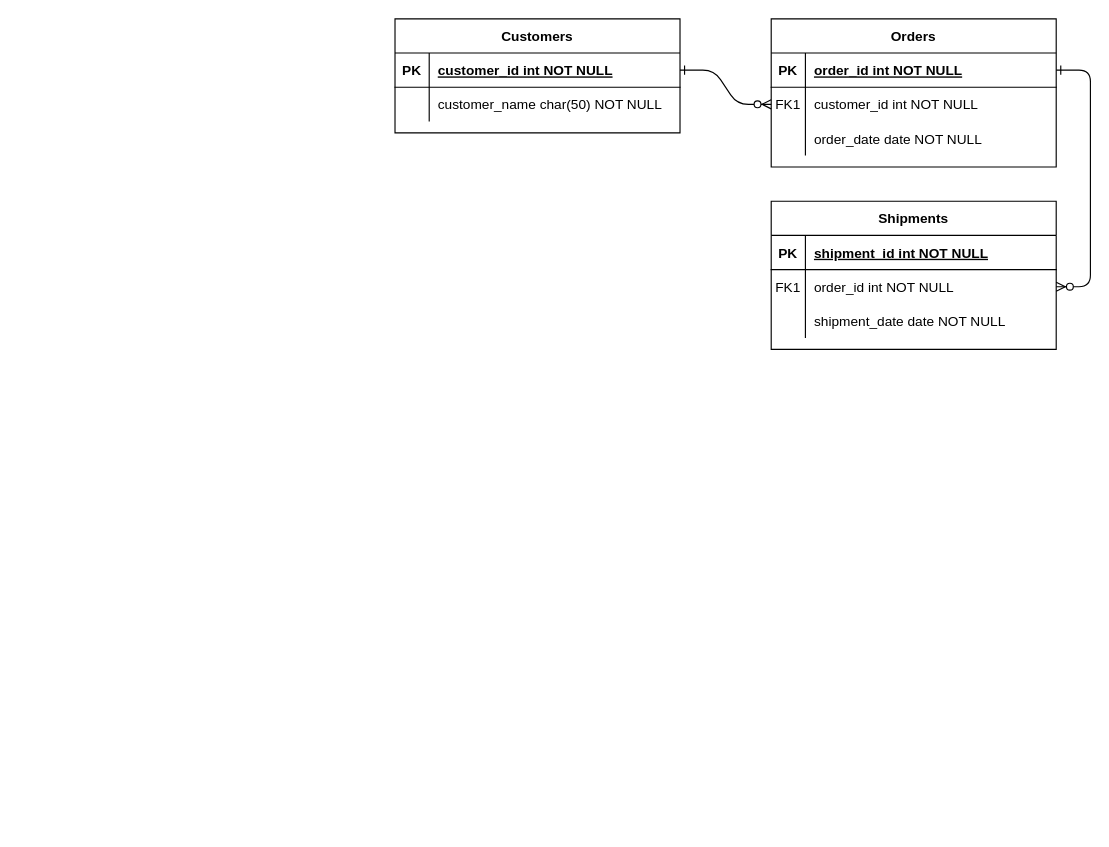
Above: 触达管理数据模型.drawio in shoacom/docs (draw.io), before the change. Source tidied: cells renumbered, new cells numbered last; positions are measured from the earlier drawing's top-left corner, leaving out a move shared by most shapes. Both pictures are drawn from the tidied source at 114%, with x=0, y=0 at pixel (394, 18).
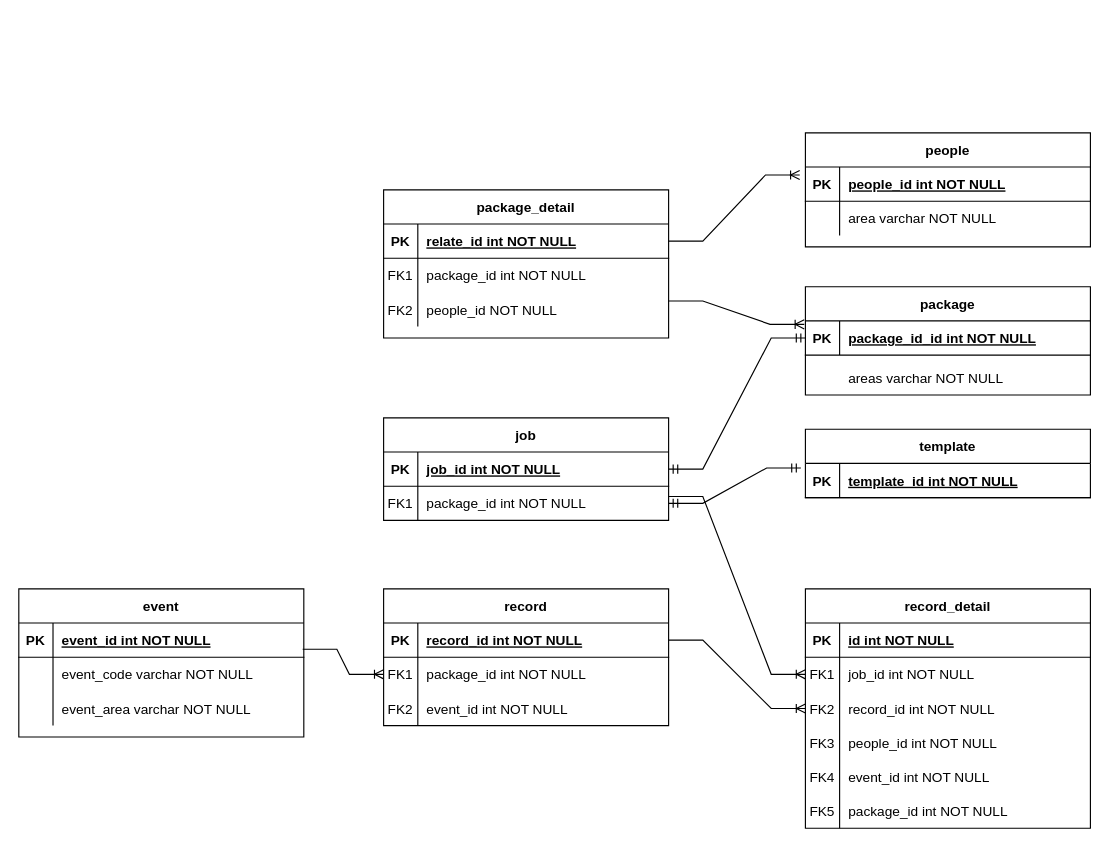
Above is the later version.

Commit message:
Update 触达管理数据模型.drawio

Unchanged cells that the change refers to:
```xml
<mxCell id="5" style="shape=partialRectangle;fillColor=none;points=[[0,0.5],[1,0.5]];portConstraint=eastwest;top=0;left=0;right=0;bottom=1;" parent="4" vertex="1">
  <mxGeometry y="30" width="250" height="30" as="geometry" />
</mxCell>
<mxCell id="15" style="shape=partialRectangle;fillColor=none;points=[[0,0.5],[1,0.5]];portConstraint=eastwest;top=0;left=0;right=0;bottom=1;" parent="14" vertex="1">
  <mxGeometry y="30" width="250" height="30" as="geometry" />
</mxCell>
<mxCell id="18" style="shape=partialRectangle;fillColor=none;points=[[0,0.5],[1,0.5]];portConstraint=eastwest;top=0;left=0;right=0;bottom=0;" parent="14" vertex="1">
  <mxGeometry y="60" width="250" height="30" as="geometry" />
</mxCell>
<mxCell id="21" style="shape=partialRectangle;fillColor=none;top=0;left=0;right=0;bottom=0;" parent="14" vertex="1">
  <mxGeometry y="90" width="250" height="30" as="geometry" />
</mxCell>
<mxCell id="25" style="shape=partialRectangle;fillColor=none;points=[[0,0.5],[1,0.5]];portConstraint=eastwest;top=0;left=0;right=0;bottom=1;" parent="24" vertex="1">
  <mxGeometry y="30" width="250" height="30" as="geometry" />
</mxCell>
<mxCell id="28" style="shape=partialRectangle;fillColor=none;top=0;left=0;right=0;bottom=0;" parent="24" vertex="1">
  <mxGeometry y="60" width="250" height="30" as="geometry" />
</mxCell>
```

The edit, as a diff of the source:
```diff
@@
-    <mxCell id="2" style="edgeStyle=entityRelationEdgeStyle;endArrow=ERzeroToMany;startArrow=ERone;endFill=1;startFill=0;" parent="1" edge="1" source="25" target="8">
-      <mxGeometry relative="1" as="geometry" />
-    </mxCell>
-    <mxCell id="3" style="edgeStyle=entityRelationEdgeStyle;endArrow=ERzeroToMany;startArrow=ERone;endFill=1;startFill=0;" parent="1" edge="1" source="5" target="18">
-      <mxGeometry relative="1" as="geometry" />
-    </mxCell>
-    <mxCell id="4" value="Orders" style="shape=table;startSize=30;childLayout=tableLayout;rowLines=0;fontStyle=1;align=center;" parent="1" vertex="1">
-      <mxGeometry x="330" width="250" height="130" as="geometry" />
+    <mxCell id="4" value="package" style="shape=table;startSize=30;childLayout=tableLayout;rowLines=0;fontStyle=1;align=center;" parent="1" vertex="1">
+      <mxGeometry x="360" y="235" width="250" height="95" as="geometry" />
     </mxCell>
@@
-    <mxCell id="7" value="order_id int NOT NULL " style="shape=partialRectangle;overflow=hidden;fillColor=none;top=0;left=0;bottom=0;right=0;align=left;spacingLeft=6;fontStyle=5;" parent="5" vertex="1">
+    <mxCell id="7" value="package_id_id int NOT NULL " style="shape=partialRectangle;overflow=hidden;fillColor=none;top=0;left=0;bottom=0;right=0;align=left;spacingLeft=6;fontStyle=5;" parent="5" vertex="1">
       <mxGeometry x="30" width="220" height="30" as="geometry" />
     </mxCell>
-    <mxCell id="8" style="shape=partialRectangle;fillColor=none;points=[[0,0.5],[1,0.5]];portConstraint=eastwest;top=0;left=0;right=0;bottom=0;" parent="4" vertex="1">
-      <mxGeometry y="60" width="250" height="30" as="geometry" />
-    </mxCell>
-    <mxCell id="9" value="FK1" style="shape=partialRectangle;overflow=hidden;fillColor=none;top=0;left=0;bottom=0;right=0;" parent="8" vertex="1">
-      <mxGeometry width="30" height="30" as="geometry" />
-    </mxCell>
-    <mxCell id="10" value="customer_id int NOT NULL" style="shape=partialRectangle;overflow=hidden;fillColor=none;top=0;left=0;bottom=0;right=0;align=left;spacingLeft=6;" parent="8" vertex="1">
-      <mxGeometry x="30" width="220" height="30" as="geometry" />
-    </mxCell>
-    <mxCell id="11" style="shape=partialRectangle;fillColor=none;top=0;left=0;right=0;bottom=0;" parent="4" vertex="1">
-      <mxGeometry y="90" width="250" height="30" as="geometry" />
-    </mxCell>
-    <mxCell id="12" style="shape=partialRectangle;overflow=hidden;fillColor=none;top=0;left=0;bottom=0;right=0;" parent="11" vertex="1">
-      <mxGeometry width="30" height="30" as="geometry" />
-    </mxCell>
-    <mxCell id="13" value="order_date date NOT NULL" style="shape=partialRectangle;overflow=hidden;fillColor=none;top=0;left=0;bottom=0;right=0;align=left;spacingLeft=6;" parent="11" vertex="1">
-      <mxGeometry x="30" width="220" height="30" as="geometry" />
-    </mxCell>
-    <mxCell id="14" value="Shipments" style="shape=table;startSize=30;childLayout=tableLayout;rowLines=0;fontStyle=1;align=center;" parent="1" vertex="1">
-      <mxGeometry x="330" y="160" width="250" height="130" as="geometry" />
+    <mxCell id="14" value="package_detail" style="shape=table;startSize=30;childLayout=tableLayout;rowLines=0;fontStyle=1;align=center;" parent="1" vertex="1">
+      <mxGeometry x="-10" y="150" width="250" height="130" as="geometry" />
     </mxCell>
@@
-    <mxCell id="17" value="shipment_id int NOT NULL " style="shape=partialRectangle;overflow=hidden;fillColor=none;top=0;left=0;bottom=0;right=0;align=left;spacingLeft=6;fontStyle=5;" parent="15" vertex="1">
+    <mxCell id="17" value="relate_id int NOT NULL " style="shape=partialRectangle;overflow=hidden;fillColor=none;top=0;left=0;bottom=0;right=0;align=left;spacingLeft=6;fontStyle=5;" parent="15" vertex="1">
       <mxGeometry x="30" width="220" height="30" as="geometry" />
     </mxCell>
@@
-    <mxCell id="20" value="order_id int NOT NULL" style="shape=partialRectangle;overflow=hidden;fillColor=none;top=0;left=0;bottom=0;right=0;align=left;spacingLeft=6;" parent="18" vertex="1">
+    <mxCell id="20" value="package_id int NOT NULL" style="shape=partialRectangle;overflow=hidden;fillColor=none;top=0;left=0;bottom=0;right=0;align=left;spacingLeft=6;" parent="18" vertex="1">
       <mxGeometry x="30" width="220" height="30" as="geometry" />
     </mxCell>
@@
-    <mxCell id="23" value="shipment_date date NOT NULL" style="shape=partialRectangle;overflow=hidden;fillColor=none;top=0;left=0;bottom=0;right=0;align=left;spacingLeft=6;" parent="21" vertex="1">
+    <mxCell id="23" value="people_id NOT NULL" style="shape=partialRectangle;overflow=hidden;fillColor=none;top=0;left=0;bottom=0;right=0;align=left;spacingLeft=6;" parent="21" vertex="1">
       <mxGeometry x="30" width="220" height="30" as="geometry" />
     </mxCell>
-    <mxCell id="24" value="Customers" style="shape=table;startSize=30;childLayout=tableLayout;rowLines=0;fontStyle=1;align=center;" parent="1" vertex="1">
-      <mxGeometry width="250" height="100" as="geometry" />
+    <mxCell id="24" value="people" style="shape=table;startSize=30;childLayout=tableLayout;rowLines=0;fontStyle=1;align=center;" parent="1" vertex="1">
+      <mxGeometry x="360" y="100" width="250" height="100" as="geometry" />
     </mxCell>
@@
-    <mxCell id="27" value="customer_id int NOT NULL " style="shape=partialRectangle;overflow=hidden;fillColor=none;top=0;left=0;bottom=0;right=0;align=left;spacingLeft=6;fontStyle=5;" parent="25" vertex="1">
+    <mxCell id="27" value="people_id int NOT NULL " style="shape=partialRectangle;overflow=hidden;fillColor=none;top=0;left=0;bottom=0;right=0;align=left;spacingLeft=6;fontStyle=5;" parent="25" vertex="1">
       <mxGeometry x="30" width="220" height="30" as="geometry" />
     </mxCell>
@@
-    <mxCell id="30" value="customer_name char(50) NOT NULL" style="shape=partialRectangle;overflow=hidden;fillColor=none;top=0;left=0;bottom=0;right=0;align=left;spacingLeft=6;" parent="28" vertex="1">
+    <mxCell id="30" value="area varchar NOT NULL" style="shape=partialRectangle;overflow=hidden;fillColor=none;top=0;left=0;bottom=0;right=0;align=left;spacingLeft=6;" parent="28" vertex="1">
       <mxGeometry x="30" width="220" height="30" as="geometry" />
     </mxCell>
+    <mxCell id="31" style="edgeStyle=entityRelationEdgeStyle;fontSize=12;html=1;endArrow=ERoneToMany;rounded=0;exitX=1;exitY=0.5;exitDx=0;exitDy=0;entryX=-0.02;entryY=0.233;entryDx=0;entryDy=0;entryPerimeter=0;" parent="1" edge="1" source="15" target="25">
+      <mxGeometry relative="1" as="geometry" />
+    </mxCell>
+    <mxCell id="32" style="edgeStyle=entityRelationEdgeStyle;fontSize=12;html=1;endArrow=ERoneToMany;rounded=0;exitX=1;exitY=0.75;exitDx=0;exitDy=0;entryX=-0.004;entryY=0.1;entryDx=0;entryDy=0;entryPerimeter=0;" parent="1" edge="1" source="14" target="5">
+      <mxGeometry relative="1" as="geometry" />
+    </mxCell>
+    <mxCell id="33" value="job" style="shape=table;startSize=30;childLayout=tableLayout;rowLines=0;fontStyle=1;align=center;" parent="1" vertex="1">
+      <mxGeometry x="-10" y="350" width="250" height="90" as="geometry" />
+    </mxCell>
+    <mxCell id="34" style="shape=partialRectangle;fillColor=none;points=[[0,0.5],[1,0.5]];portConstraint=eastwest;top=0;left=0;right=0;bottom=1;" parent="33" vertex="1">
+      <mxGeometry y="30" width="250" height="30" as="geometry" />
+    </mxCell>
+    <mxCell id="35" value="PK" style="shape=partialRectangle;overflow=hidden;fillColor=none;top=0;left=0;bottom=0;right=0;fontStyle=1;" parent="34" vertex="1">
+      <mxGeometry width="30" height="30" as="geometry" />
+    </mxCell>
+    <mxCell id="36" value="job_id int NOT NULL " style="shape=partialRectangle;overflow=hidden;fillColor=none;top=0;left=0;bottom=0;right=0;align=left;spacingLeft=6;fontStyle=5;" parent="34" vertex="1">
+      <mxGeometry x="30" width="220" height="30" as="geometry" />
+    </mxCell>
+    <mxCell id="37" style="shape=partialRectangle;fillColor=none;points=[[0,0.5],[1,0.5]];portConstraint=eastwest;top=0;left=0;right=0;bottom=0;" parent="33" vertex="1">
+      <mxGeometry y="60" width="250" height="30" as="geometry" />
+    </mxCell>
+    <mxCell id="38" value="FK1" style="shape=partialRectangle;overflow=hidden;fillColor=none;top=0;left=0;bottom=0;right=0;" parent="37" vertex="1">
+      <mxGeometry width="30" height="30" as="geometry" />
+    </mxCell>
+    <mxCell id="39" value="package_id int NOT NULL" style="shape=partialRectangle;overflow=hidden;fillColor=none;top=0;left=0;bottom=0;right=0;align=left;spacingLeft=6;" parent="37" vertex="1">
+      <mxGeometry x="30" width="220" height="30" as="geometry" />
+    </mxCell>
+    <mxCell id="40" value="FK2" style="shape=partialRectangle;overflow=hidden;fillColor=none;top=0;left=0;bottom=0;right=0;" parent="1" vertex="1">
+      <mxGeometry x="-10" y="240" width="30" height="30" as="geometry" />
+    </mxCell>
+    <mxCell id="41" value="template" style="shape=table;startSize=30;childLayout=tableLayout;rowLines=0;fontStyle=1;align=center;" parent="1" vertex="1">
+      <mxGeometry x="360" y="360" width="250" height="60" as="geometry" />
+    </mxCell>
+    <mxCell id="42" style="shape=partialRectangle;fillColor=none;points=[[0,0.5],[1,0.5]];portConstraint=eastwest;top=0;left=0;right=0;bottom=1;" parent="41" vertex="1">
+      <mxGeometry y="30" width="250" height="30" as="geometry" />
+    </mxCell>
+    <mxCell id="43" value="PK" style="shape=partialRectangle;overflow=hidden;fillColor=none;top=0;left=0;bottom=0;right=0;fontStyle=1;" parent="42" vertex="1">
+      <mxGeometry width="30" height="30" as="geometry" />
+    </mxCell>
+    <mxCell id="44" value="template_id int NOT NULL " style="shape=partialRectangle;overflow=hidden;fillColor=none;top=0;left=0;bottom=0;right=0;align=left;spacingLeft=6;fontStyle=5;" parent="42" vertex="1">
+      <mxGeometry x="30" width="220" height="30" as="geometry" />
+    </mxCell>
+    <mxCell id="45" value="event" style="shape=table;startSize=30;childLayout=tableLayout;rowLines=0;fontStyle=1;align=center;" parent="1" vertex="1">
+      <mxGeometry x="-330" y="500" width="250" height="130" as="geometry" />
+    </mxCell>
+    <mxCell id="46" style="shape=partialRectangle;fillColor=none;points=[[0,0.5],[1,0.5]];portConstraint=eastwest;top=0;left=0;right=0;bottom=1;" parent="45" vertex="1">
+      <mxGeometry y="30" width="250" height="30" as="geometry" />
+    </mxCell>
+    <mxCell id="47" value="PK" style="shape=partialRectangle;overflow=hidden;fillColor=none;top=0;left=0;bottom=0;right=0;fontStyle=1;" parent="46" vertex="1">
+      <mxGeometry width="30" height="30" as="geometry" />
+    </mxCell>
+    <mxCell id="48" value="event_id int NOT NULL " style="shape=partialRectangle;overflow=hidden;fillColor=none;top=0;left=0;bottom=0;right=0;align=left;spacingLeft=6;fontStyle=5;" parent="46" vertex="1">
+      <mxGeometry x="30" width="220" height="30" as="geometry" />
+    </mxCell>
+    <mxCell id="49" style="shape=partialRectangle;fillColor=none;top=0;left=0;right=0;bottom=0;" parent="45" vertex="1">
+      <mxGeometry y="60" width="250" height="30" as="geometry" />
+    </mxCell>
+    <mxCell id="50" style="shape=partialRectangle;overflow=hidden;fillColor=none;top=0;left=0;bottom=0;right=0;" parent="49" vertex="1">
+      <mxGeometry width="30" height="30" as="geometry" />
+    </mxCell>
+    <mxCell id="51" value="event_code varchar NOT NULL" style="shape=partialRectangle;overflow=hidden;fillColor=none;top=0;left=0;bottom=0;right=0;align=left;spacingLeft=6;" parent="49" vertex="1">
+      <mxGeometry x="30" width="220" height="30" as="geometry" />
+    </mxCell>
+    <mxCell id="52" style="shape=partialRectangle;fillColor=none;top=0;left=0;right=0;bottom=0;" parent="45" vertex="1">
+      <mxGeometry y="90" width="250" height="30" as="geometry" />
+    </mxCell>
+    <mxCell id="53" style="shape=partialRectangle;overflow=hidden;fillColor=none;top=0;left=0;bottom=0;right=0;" parent="52" vertex="1">
+      <mxGeometry width="30" height="30" as="geometry" />
+    </mxCell>
+    <mxCell id="54" value="event_area varchar NOT NULL" style="shape=partialRectangle;overflow=hidden;fillColor=none;top=0;left=0;bottom=0;right=0;align=left;spacingLeft=6;" parent="52" vertex="1">
+      <mxGeometry x="30" width="220" height="30" as="geometry" />
+    </mxCell>
+    <mxCell id="55" value="record" style="shape=table;startSize=30;childLayout=tableLayout;rowLines=0;fontStyle=1;align=center;" parent="1" vertex="1">
+      <mxGeometry x="-10" y="500" width="250" height="120" as="geometry" />
+    </mxCell>
+    <mxCell id="56" style="shape=partialRectangle;fillColor=none;points=[[0,0.5],[1,0.5]];portConstraint=eastwest;top=0;left=0;right=0;bottom=1;" parent="55" vertex="1">
+      <mxGeometry y="30" width="250" height="30" as="geometry" />
+    </mxCell>
+    <mxCell id="57" value="PK" style="shape=partialRectangle;overflow=hidden;fillColor=none;top=0;left=0;bottom=0;right=0;fontStyle=1;" parent="56" vertex="1">
+      <mxGeometry width="30" height="30" as="geometry" />
+    </mxCell>
+    <mxCell id="58" value="record_id int NOT NULL " style="shape=partialRectangle;overflow=hidden;fillColor=none;top=0;left=0;bottom=0;right=0;align=left;spacingLeft=6;fontStyle=5;" parent="56" vertex="1">
+      <mxGeometry x="30" width="220" height="30" as="geometry" />
+    </mxCell>
+    <mxCell id="59" style="shape=partialRectangle;fillColor=none;points=[[0,0.5],[1,0.5]];portConstraint=eastwest;top=0;left=0;right=0;bottom=0;" parent="55" vertex="1">
+      <mxGeometry y="60" width="250" height="30" as="geometry" />
+    </mxCell>
+    <mxCell id="60" value="FK1" style="shape=partialRectangle;overflow=hidden;fillColor=none;top=0;left=0;bottom=0;right=0;" parent="59" vertex="1">
+      <mxGeometry width="30" height="30" as="geometry" />
+    </mxCell>
+    <mxCell id="61" value="package_id int NOT NULL" style="shape=partialRectangle;overflow=hidden;fillColor=none;top=0;left=0;bottom=0;right=0;align=left;spacingLeft=6;" parent="59" vertex="1">
+      <mxGeometry x="30" width="220" height="30" as="geometry" />
+    </mxCell>
+    <mxCell id="62" style="shape=partialRectangle;fillColor=none;top=0;left=0;right=0;bottom=0;" parent="55" vertex="1">
+      <mxGeometry y="90" width="250" height="30" as="geometry" />
+    </mxCell>
+    <mxCell id="63" value="FK2" style="shape=partialRectangle;overflow=hidden;fillColor=none;top=0;left=0;bottom=0;right=0;" parent="62" vertex="1">
+      <mxGeometry width="30" height="30" as="geometry" />
+    </mxCell>
+    <mxCell id="64" value="event_id int NOT NULL" style="shape=partialRectangle;overflow=hidden;fillColor=none;top=0;left=0;bottom=0;right=0;align=left;spacingLeft=6;" parent="62" vertex="1">
+      <mxGeometry x="30" width="220" height="30" as="geometry" />
+    </mxCell>
+    <mxCell id="65" value="record_detail" style="shape=table;startSize=30;childLayout=tableLayout;rowLines=0;fontStyle=1;align=center;" parent="1" vertex="1">
+      <mxGeometry x="360" y="500" width="250" height="210" as="geometry" />
+    </mxCell>
+    <mxCell id="66" style="shape=partialRectangle;fillColor=none;top=0;left=0;right=0;bottom=1;" parent="65" vertex="1">
+      <mxGeometry y="30" width="250" height="30" as="geometry" />
+    </mxCell>
+    <mxCell id="67" value="PK" style="shape=partialRectangle;overflow=hidden;fillColor=none;top=0;left=0;bottom=0;right=0;fontStyle=1;" parent="66" vertex="1">
+      <mxGeometry width="30" height="30" as="geometry" />
+    </mxCell>
+    <mxCell id="68" value="id int NOT NULL " style="shape=partialRectangle;overflow=hidden;fillColor=none;top=0;left=0;bottom=0;right=0;align=left;spacingLeft=6;fontStyle=5;" parent="66" vertex="1">
+      <mxGeometry x="30" width="220" height="30" as="geometry" />
+    </mxCell>
+    <mxCell id="69" style="shape=partialRectangle;fillColor=none;points=[[0,0.5],[1,0.5]];portConstraint=eastwest;top=0;left=0;right=0;bottom=0;" parent="65" vertex="1">
+      <mxGeometry y="60" width="250" height="30" as="geometry" />
+    </mxCell>
+    <mxCell id="70" value="FK1" style="shape=partialRectangle;overflow=hidden;fillColor=none;top=0;left=0;bottom=0;right=0;" parent="69" vertex="1">
+      <mxGeometry width="30" height="30" as="geometry" />
+    </mxCell>
+    <mxCell id="71" value="job_id int NOT NULL" style="shape=partialRectangle;overflow=hidden;fillColor=none;top=0;left=0;bottom=0;right=0;align=left;spacingLeft=6;" parent="69" vertex="1">
+      <mxGeometry x="30" width="220" height="30" as="geometry" />
+    </mxCell>
+    <mxCell id="72" style="shape=partialRectangle;fillColor=none;points=[[0,0.5],[1,0.5]];portConstraint=eastwest;top=0;left=0;right=0;bottom=0;" parent="65" vertex="1">
+      <mxGeometry y="90" width="250" height="30" as="geometry" />
+    </mxCell>
+    <mxCell id="73" value="FK2" style="shape=partialRectangle;overflow=hidden;fillColor=none;top=0;left=0;bottom=0;right=0;" parent="72" vertex="1">
+      <mxGeometry width="30" height="30" as="geometry" />
+    </mxCell>
+    <mxCell id="74" value="record_id int NOT NULL" style="shape=partialRectangle;overflow=hidden;fillColor=none;top=0;left=0;bottom=0;right=0;align=left;spacingLeft=6;" parent="72" vertex="1">
+      <mxGeometry x="30" width="220" height="30" as="geometry" />
+    </mxCell>
+    <mxCell id="75" style="shape=partialRectangle;fillColor=none;top=0;left=0;right=0;bottom=0;" parent="65" vertex="1">
+      <mxGeometry y="120" width="250" height="30" as="geometry" />
+    </mxCell>
+    <mxCell id="76" value="FK3" style="shape=partialRectangle;overflow=hidden;fillColor=none;top=0;left=0;bottom=0;right=0;" parent="75" vertex="1">
+      <mxGeometry width="30" height="30" as="geometry" />
+    </mxCell>
+    <mxCell id="77" value="people_id int NOT NULL" style="shape=partialRectangle;overflow=hidden;fillColor=none;top=0;left=0;bottom=0;right=0;align=left;spacingLeft=6;" parent="75" vertex="1">
+      <mxGeometry x="30" width="220" height="30" as="geometry" />
+    </mxCell>
+    <mxCell id="78" style="shape=partialRectangle;fillColor=none;top=0;left=0;right=0;bottom=0;" parent="65" vertex="1">
+      <mxGeometry y="150" width="250" height="30" as="geometry" />
+    </mxCell>
+    <mxCell id="79" value="FK4" style="shape=partialRectangle;overflow=hidden;fillColor=none;top=0;left=0;bottom=0;right=0;" parent="78" vertex="1">
+      <mxGeometry width="30" height="30" as="geometry" />
+    </mxCell>
+    <mxCell id="80" value="event_id int NOT NULL" style="shape=partialRectangle;overflow=hidden;fillColor=none;top=0;left=0;bottom=0;right=0;align=left;spacingLeft=6;" parent="78" vertex="1">
+      <mxGeometry x="30" width="220" height="30" as="geometry" />
+    </mxCell>
+    <mxCell id="81" style="shape=partialRectangle;fillColor=none;top=0;left=0;right=0;bottom=0;" parent="65" vertex="1">
+      <mxGeometry y="180" width="250" height="30" as="geometry" />
+    </mxCell>
+    <mxCell id="82" value="FK5" style="shape=partialRectangle;overflow=hidden;fillColor=none;top=0;left=0;bottom=0;right=0;" parent="81" vertex="1">
+      <mxGeometry width="30" height="30" as="geometry" />
+    </mxCell>
+    <mxCell id="83" value="package_id int NOT NULL" style="shape=partialRectangle;overflow=hidden;fillColor=none;top=0;left=0;bottom=0;right=0;align=left;spacingLeft=6;" parent="81" vertex="1">
+      <mxGeometry x="30" width="220" height="30" as="geometry" />
+    </mxCell>
+    <mxCell id="84" style="edgeStyle=entityRelationEdgeStyle;fontSize=12;html=1;endArrow=ERmandOne;startArrow=ERmandOne;rounded=0;exitX=1;exitY=0.5;exitDx=0;exitDy=0;entryX=0;entryY=0.5;entryDx=0;entryDy=0;" parent="1" edge="1" source="34" target="5">
+      <mxGeometry relative="1" as="geometry" />
+    </mxCell>
+    <mxCell id="85" style="edgeStyle=entityRelationEdgeStyle;fontSize=12;html=1;endArrow=ERmandOne;startArrow=ERmandOne;rounded=0;exitX=1;exitY=0.5;exitDx=0;exitDy=0;entryX=-0.016;entryY=0.133;entryDx=0;entryDy=0;entryPerimeter=0;" parent="1" edge="1" source="37" target="42">
+      <mxGeometry relative="1" as="geometry" />
+    </mxCell>
+    <mxCell id="86" style="edgeStyle=entityRelationEdgeStyle;fontSize=12;html=1;endArrow=ERoneToMany;rounded=0;exitX=1;exitY=0.5;exitDx=0;exitDy=0;entryX=0;entryY=0.5;entryDx=0;entryDy=0;" parent="1" edge="1" source="56" target="72">
+      <mxGeometry relative="1" as="geometry" />
+    </mxCell>
+    <mxCell id="87" style="edgeStyle=entityRelationEdgeStyle;fontSize=12;html=1;endArrow=ERoneToMany;rounded=0;entryX=0;entryY=0.5;entryDx=0;entryDy=0;" parent="1" edge="1" target="69">
+      <mxGeometry relative="1" as="geometry">
+        <mxPoint x="240" y="419" as="sourcePoint" />
+      </mxGeometry>
+    </mxCell>
+    <mxCell id="88" style="edgeStyle=entityRelationEdgeStyle;fontSize=12;html=1;endArrow=ERoneToMany;rounded=0;exitX=0.996;exitY=0.767;exitDx=0;exitDy=0;exitPerimeter=0;entryX=0;entryY=0.5;entryDx=0;entryDy=0;" parent="1" edge="1" source="46" target="59">
+      <mxGeometry relative="1" as="geometry" />
+    </mxCell>
+    <mxCell id="89" style="shape=partialRectangle;fillColor=none;top=0;left=0;right=0;bottom=0;" parent="1" vertex="1">
+      <mxGeometry x="360" y="300" width="250" height="30" as="geometry" />
+    </mxCell>
+    <mxCell id="90" value="areas varchar NOT NULL" style="shape=partialRectangle;overflow=hidden;fillColor=none;top=0;left=0;bottom=0;right=0;align=left;spacingLeft=6;" parent="89" vertex="1">
+      <mxGeometry x="30" width="220" height="30" as="geometry" />
+    </mxCell>
```
